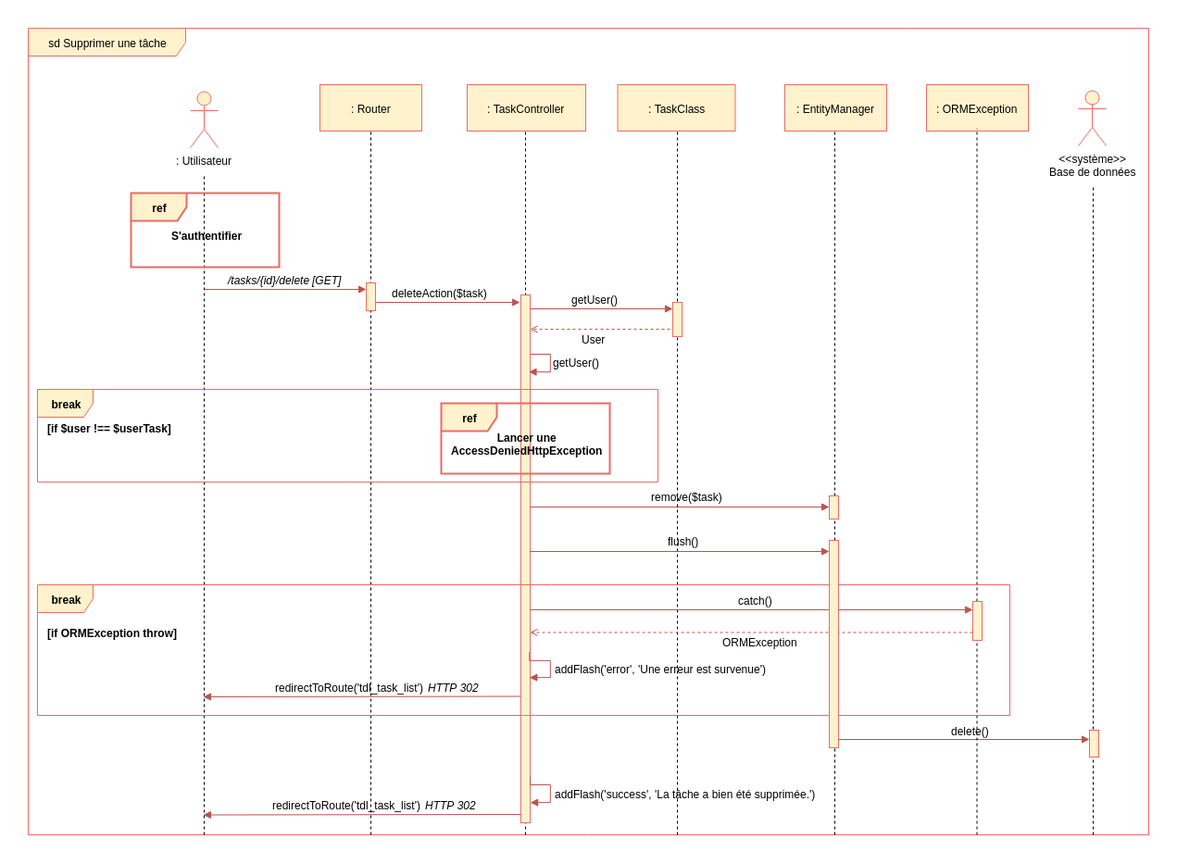
Above: Diagrammes/Supprimer_tache.png in Thibok/TodoList (draw.io), before the change. Source tidied: cells renumbered, new cells last; positions are measured from the earlier drawing's top-left corner, leaving out a move shared by most shapes.
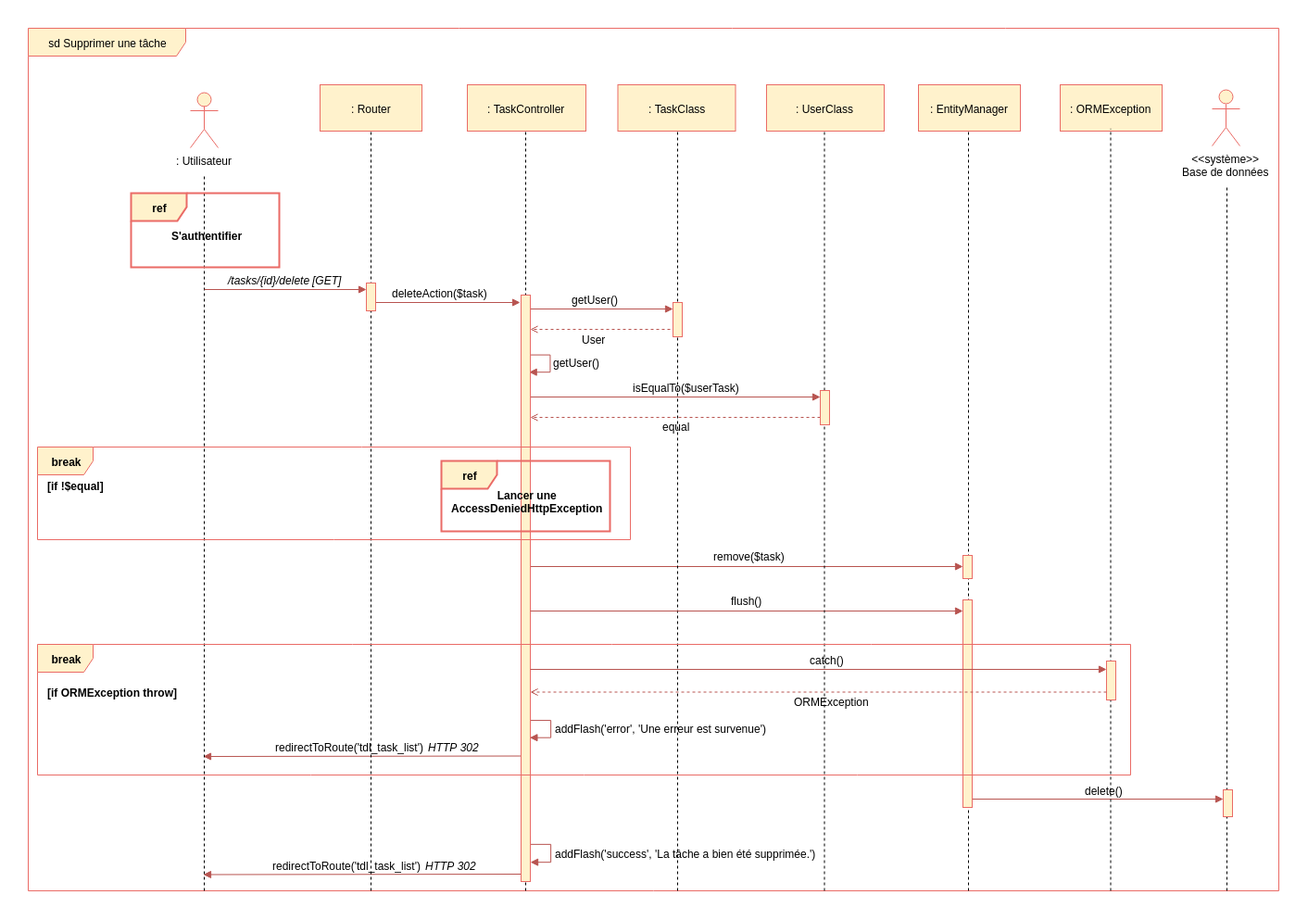
Above is the later version.

The edit, as a diff of the source:
```diff
@@ -3,24 +3,52 @@
     <mxCell id="0" />
     <mxCell id="1" parent="0" />
     <mxCell id="2" value="sd Supprimer une tâche" style="shape=umlFrame;whiteSpace=wrap;html=1;width=170;height=30;fillColor=#fff2cc;strokeColor=#EA6B66;" parent="1" vertex="1">
-      <mxGeometry width="1210" height="871" as="geometry" />
+      <mxGeometry width="1350" height="931" as="geometry" />
     </mxCell>
+    <mxCell id="55" style="endArrow=block;html=1;endFill=1;fillColor=#f8cecc;strokeColor=#b85450;edgeStyle=orthogonalEdgeStyle;rounded=0;entryX=0.91;entryY=0.18;entryDx=0;entryDy=0;entryPerimeter=0;" parent="1" edge="1">
+      <mxGeometry relative="1" as="geometry">
+        <mxPoint x="542" y="872" as="sourcePoint" />
+        <mxPoint x="542" y="900" as="targetPoint" />
+        <Array as="points">
+          <mxPoint x="542" y="880.9" />
+          <mxPoint x="564" y="880.9" />
+          <mxPoint x="564" y="899.9" />
+        </Array>
+      </mxGeometry>
+    </mxCell>
+    <mxCell id="50" style="endArrow=block;html=1;endFill=1;fillColor=#f8cecc;strokeColor=#b85450;edgeStyle=orthogonalEdgeStyle;rounded=0;entryX=0.91;entryY=0.18;entryDx=0;entryDy=0;entryPerimeter=0;" parent="1" edge="1">
+      <mxGeometry relative="1" as="geometry">
+        <mxPoint x="541.5" y="737.5" as="sourcePoint" />
+        <mxPoint x="541.5" y="765.5" as="targetPoint" />
+        <Array as="points">
+          <mxPoint x="542" y="746.9" />
+          <mxPoint x="564" y="746.9" />
+          <mxPoint x="564" y="765.9" />
+        </Array>
+      </mxGeometry>
+    </mxCell>
+    <mxCell id="63" style="endArrow=block;html=1;endFill=1;fillColor=#f8cecc;strokeColor=#b85450;" parent="1" edge="1">
+      <mxGeometry relative="1" as="geometry">
+        <mxPoint x="540" y="398" as="sourcePoint" />
+        <mxPoint x="855" y="398" as="targetPoint" />
+      </mxGeometry>
+    </mxCell>
     <mxCell id="3" style="endArrow=block;html=1;endFill=1;fillColor=#f8cecc;strokeColor=#b85450;" parent="1" edge="1">
       <mxGeometry relative="1" as="geometry">
-        <mxPoint x="534" y="849" as="sourcePoint" />
-        <mxPoint x="189" y="849.5" as="targetPoint" />
+        <mxPoint x="534" y="913" as="sourcePoint" />
+        <mxPoint x="189" y="913.5" as="targetPoint" />
       </mxGeometry>
     </mxCell>
     <mxCell id="4" style="endArrow=block;html=1;endFill=1;fillColor=#f8cecc;strokeColor=#b85450;" parent="1" edge="1">
       <mxGeometry relative="1" as="geometry">
-        <mxPoint x="874" y="768" as="sourcePoint" />
-        <mxPoint x="1146" y="768" as="targetPoint" />
+        <mxPoint x="1018" y="832" as="sourcePoint" />
+        <mxPoint x="1290" y="832" as="targetPoint" />
       </mxGeometry>
     </mxCell>
     <mxCell id="5" style="endArrow=block;html=1;endFill=1;fillColor=#f8cecc;strokeColor=#b85450;" parent="1" edge="1">
       <mxGeometry relative="1" as="geometry">
-        <mxPoint x="534" y="721.5" as="sourcePoint" />
-        <mxPoint x="189" y="722" as="targetPoint" />
+        <mxPoint x="534" y="785.5" as="sourcePoint" />
+        <mxPoint x="189" y="786" as="targetPoint" />
       </mxGeometry>
     </mxCell>
     <mxCell id="6" style="endArrow=block;html=1;endFill=1;fillColor=#f8cecc;strokeColor=#b85450;edgeStyle=orthogonalEdgeStyle;rounded=0;entryX=0.91;entryY=0.18;entryDx=0;entryDy=0;entryPerimeter=0;" parent="1" edge="1">
@@ -48,28 +76,28 @@
     </mxCell>
     <mxCell id="9" style="endArrow=none;dashed=1;html=1;entryX=0.5;entryY=1;" parent="1" edge="1">
       <mxGeometry relative="1" as="geometry">
-        <mxPoint x="871" y="871" as="sourcePoint" />
-        <mxPoint x="871" y="101.8" as="targetPoint" />
+        <mxPoint x="1015" y="931" as="sourcePoint" />
+        <mxPoint x="1015" y="101.8" as="targetPoint" />
       </mxGeometry>
     </mxCell>
     <mxCell id="10" style="endArrow=none;dashed=1;html=1;entryX=0.5;entryY=1;exitX=0.276;exitY=1.003;exitPerimeter=0;" parent="1" edge="1">
       <mxGeometry relative="1" as="geometry">
-        <mxPoint x="537" y="871" as="sourcePoint" />
+        <mxPoint x="537" y="931" as="sourcePoint" />
         <mxPoint x="537" y="104" as="targetPoint" />
       </mxGeometry>
     </mxCell>
     <mxCell id="11" style="endArrow=block;html=1;endFill=1;fillColor=#f8cecc;strokeColor=#b85450;" parent="1" edge="1">
       <mxGeometry relative="1" as="geometry">
-        <mxPoint x="542" y="517" as="sourcePoint" />
-        <mxPoint x="865" y="517" as="targetPoint" />
+        <mxPoint x="542" y="581" as="sourcePoint" />
+        <mxPoint x="1009" y="581" as="targetPoint" />
       </mxGeometry>
     </mxCell>
     <mxCell id="12" style="html=1;perimeter=orthogonalPerimeter;fillColor=#fff2cc;strokeColor=#EA6B66;" parent="1" vertex="1">
-      <mxGeometry x="532" y="288" width="10" height="570" as="geometry" />
+      <mxGeometry x="532" y="288" width="10" height="633" as="geometry" />
     </mxCell>
     <mxCell id="13" style="endArrow=none;dashed=1;html=1;entryX=0.5;entryY=1;" parent="1" edge="1">
       <mxGeometry relative="1" as="geometry">
-        <mxPoint x="701" y="871" as="sourcePoint" />
+        <mxPoint x="701" y="931" as="sourcePoint" />
         <mxPoint x="701" y="104.8" as="targetPoint" />
       </mxGeometry>
     </mxCell>
@@ -77,17 +105,17 @@
       <mxGeometry x="175" y="69" width="30" height="60" as="geometry" />
     </mxCell>
     <mxCell id="15" value="&amp;lt;&amp;lt;système&amp;gt;&amp;gt;&lt;br&gt;Base de données&lt;br&gt;" style="shape=umlActor;verticalLabelPosition=bottom;labelBackgroundColor=#ffffff;verticalAlign=top;html=1;fillColor=#fff2cc;strokeColor=#EA6B66;" parent="1" vertex="1">
-      <mxGeometry x="1134" y="67" width="30" height="60" as="geometry" />
+      <mxGeometry x="1278" y="67" width="30" height="60" as="geometry" />
     </mxCell>
     <mxCell id="16" style="endArrow=none;dashed=1;html=1;" parent="1" edge="1">
       <mxGeometry relative="1" as="geometry">
-        <mxPoint x="190" y="871" as="sourcePoint" />
+        <mxPoint x="190" y="931" as="sourcePoint" />
         <mxPoint x="190" y="158" as="targetPoint" />
       </mxGeometry>
     </mxCell>
     <mxCell id="17" style="endArrow=none;dashed=1;html=1;entryX=0.5;entryY=1;" parent="1" edge="1">
       <mxGeometry relative="1" as="geometry">
-        <mxPoint x="370" y="871" as="sourcePoint" />
+        <mxPoint x="370" y="931" as="sourcePoint" />
         <mxPoint x="370" y="103.8" as="targetPoint" />
       </mxGeometry>
     </mxCell>
@@ -117,8 +145,8 @@
     </mxCell>
     <mxCell id="24" style="endArrow=none;dashed=1;html=1;" parent="1" edge="1">
       <mxGeometry relative="1" as="geometry">
-        <mxPoint x="1150" y="871" as="sourcePoint" />
-        <mxPoint x="1150" y="169" as="targetPoint" />
+        <mxPoint x="1294" y="931" as="sourcePoint" />
+        <mxPoint x="1294" y="169" as="targetPoint" />
       </mxGeometry>
     </mxCell>
     <mxCell id="25" value="ref" style="shape=umlFrame;whiteSpace=wrap;html=1;fillColor=#fff2cc;strokeColor=#EA6B66;strokeWidth=2;fontStyle=1;" parent="1" vertex="1">
@@ -131,16 +159,16 @@
       <mxGeometry x="305" y="263" width="50" height="10" as="geometry" />
     </mxCell>
     <mxCell id="28" value=": EntityManager" style="html=1;fillColor=#fff2cc;strokeColor=#EA6B66;" parent="1" vertex="1">
-      <mxGeometry x="817" y="61" width="110" height="50" as="geometry" />
+      <mxGeometry x="961" y="61" width="110" height="50" as="geometry" />
     </mxCell>
     <mxCell id="29" value=": Router" style="html=1;fillColor=#fff2cc;strokeColor=#EA6B66;" parent="1" vertex="1">
       <mxGeometry x="315" y="61" width="110" height="50" as="geometry" />
     </mxCell>
     <mxCell id="30" value="remove($task)" style="text;html=1;align=left;verticalAlign=top;spacingTop=-4;" parent="1" vertex="1">
-      <mxGeometry x="671" y="497" width="90" height="10" as="geometry" />
+      <mxGeometry x="738" y="561" width="90" height="10" as="geometry" />
     </mxCell>
     <mxCell id="31" style="html=1;perimeter=orthogonalPerimeter;fillColor=#fff2cc;strokeColor=#EA6B66;" parent="1" vertex="1">
-      <mxGeometry x="865" y="505" width="10" height="25" as="geometry" />
+      <mxGeometry x="1009" y="569" width="10" height="25" as="geometry" />
     </mxCell>
     <mxCell id="32" value=": TaskController" style="html=1;fillColor=#fff2cc;strokeColor=#EA6B66;" parent="1" vertex="1">
       <mxGeometry x="474" y="61" width="128" height="50" as="geometry" />
@@ -152,10 +180,10 @@
       <mxGeometry x="585" y="284" width="70" height="10" as="geometry" />
     </mxCell>
     <mxCell id="35" style="html=1;perimeter=orthogonalPerimeter;fillColor=#fff2cc;strokeColor=#EA6B66;" parent="1" vertex="1">
-      <mxGeometry x="1146" y="758" width="10" height="29" as="geometry" />
+      <mxGeometry x="1290" y="822" width="10" height="29" as="geometry" />
     </mxCell>
     <mxCell id="36" value="[if ORMException throw]" style="text;html=1;align=left;verticalAlign=top;spacingTop=-4;fontStyle=1;" parent="1" vertex="1">
-      <mxGeometry x="19" y="643.5" width="140" height="10" as="geometry" />
+      <mxGeometry x="19" y="707.5" width="140" height="10" as="geometry" />
     </mxCell>
     <mxCell id="37" value="User" style="text;html=1;align=left;verticalAlign=top;spacingTop=-4;" parent="1" vertex="1">
       <mxGeometry x="596" y="327" width="40" height="10" as="geometry" />
@@ -163,105 +191,107 @@
     <mxCell id="38" value="getUser()" style="text;html=1;align=left;verticalAlign=top;spacingTop=-4;" parent="1" vertex="1">
       <mxGeometry x="565" y="352" width="70" height="10" as="geometry" />
     </mxCell>
-    <mxCell id="39" value="[if $user !== $userTask]" style="text;html=1;align=left;verticalAlign=top;spacingTop=-4;fontStyle=1;" parent="1" vertex="1">
-      <mxGeometry x="19" y="423" width="140" height="10" as="geometry" />
+    <mxCell id="39" value="[if !$equal]" style="text;html=1;align=left;verticalAlign=top;spacingTop=-4;fontStyle=1;" parent="1" vertex="1">
+      <mxGeometry x="19" y="485" width="70" height="10" as="geometry" />
     </mxCell>
     <mxCell id="40" value="delete()" style="text;html=1;align=left;verticalAlign=top;spacingTop=-4;" parent="1" vertex="1">
-      <mxGeometry x="995" y="750" width="60" height="10" as="geometry" />
+      <mxGeometry x="1139" y="814" width="60" height="10" as="geometry" />
     </mxCell>
     <mxCell id="41" value="ref" style="shape=umlFrame;whiteSpace=wrap;html=1;fillColor=#fff2cc;strokeColor=#EA6B66;strokeWidth=2;fontStyle=1;" parent="1" vertex="1">
-      <mxGeometry x="446" y="405" width="182" height="76" as="geometry" />
+      <mxGeometry x="446" y="467" width="182" height="76" as="geometry" />
     </mxCell>
     <mxCell id="42" value="Lancer une&lt;br&gt;&lt;span&gt;AccessDeniedHttpException&lt;/span&gt;&lt;br&gt;" style="text;html=1;align=center;verticalAlign=top;spacingTop=-4;fontStyle=1;" parent="1" vertex="1">
-      <mxGeometry x="454" y="433" width="170" height="30" as="geometry" />
+      <mxGeometry x="454" y="495" width="170" height="30" as="geometry" />
     </mxCell>
     <mxCell id="43" value=": ORMException" style="html=1;fillColor=#fff2cc;strokeColor=#EA6B66;" parent="1" vertex="1">
-      <mxGeometry x="970" y="61" width="110" height="50" as="geometry" />
+      <mxGeometry x="1114" y="61" width="110" height="50" as="geometry" />
     </mxCell>
     <mxCell id="44" style="endArrow=none;dashed=1;html=1;entryX=0.5;entryY=1;" parent="1" edge="1">
       <mxGeometry relative="1" as="geometry">
-        <mxPoint x="1024.5" y="871" as="sourcePoint" />
-        <mxPoint x="1024.5" y="108.3" as="targetPoint" />
+        <mxPoint x="1168.5" y="931" as="sourcePoint" />
+        <mxPoint x="1168.5" y="108.3" as="targetPoint" />
       </mxGeometry>
     </mxCell>
     <mxCell id="45" style="html=1;perimeter=orthogonalPerimeter;fillColor=#fff2cc;strokeColor=#EA6B66;" parent="1" vertex="1">
-      <mxGeometry x="1020" y="619" width="10" height="42" as="geometry" />
+      <mxGeometry x="1164" y="683" width="10" height="42" as="geometry" />
     </mxCell>
-    <mxCell id="46" style="endArrow=block;html=1;endFill=1;fillColor=#f8cecc;strokeColor=#b85450;" parent="1" edge="1">
-      <mxGeometry relative="1" as="geometry">
-        <mxPoint x="542" y="628" as="sourcePoint" />
-        <mxPoint x="1020" y="628" as="targetPoint" />
-      </mxGeometry>
-    </mxCell>
     <mxCell id="47" value="catch()" style="text;html=1;align=left;verticalAlign=top;spacingTop=-4;" parent="1" vertex="1">
-      <mxGeometry x="764.5" y="609" width="50" height="10" as="geometry" />
+      <mxGeometry x="841.5" y="673" width="50" height="10" as="geometry" />
     </mxCell>
-    <mxCell id="48" style="endArrow=open;html=1;endFill=0;fillColor=#f8cecc;strokeColor=#b85450;dashed=1;exitX=-0.071;exitY=0.702;exitPerimeter=0;" parent="1" edge="1">
-      <mxGeometry relative="1" as="geometry">
-        <mxPoint x="1020" y="652.5" as="sourcePoint" />
-        <mxPoint x="542" y="652.5" as="targetPoint" />
-      </mxGeometry>
-    </mxCell>
     <mxCell id="49" value="ORMException" style="text;html=1;align=left;verticalAlign=top;spacingTop=-4;" parent="1" vertex="1">
-      <mxGeometry x="748" y="653.5" width="100" height="10" as="geometry" />
+      <mxGeometry x="825" y="717.5" width="100" height="10" as="geometry" />
     </mxCell>
-    <mxCell id="50" style="endArrow=block;html=1;endFill=1;fillColor=#f8cecc;strokeColor=#b85450;edgeStyle=orthogonalEdgeStyle;rounded=0;entryX=0.91;entryY=0.18;entryDx=0;entryDy=0;entryPerimeter=0;" parent="1" edge="1">
-      <mxGeometry relative="1" as="geometry">
-        <mxPoint x="541.5" y="673.5" as="sourcePoint" />
-        <mxPoint x="541.5" y="701.5" as="targetPoint" />
-        <Array as="points">
-          <mxPoint x="542" y="682.9" />
-          <mxPoint x="564" y="682.9" />
-          <mxPoint x="564" y="701.9" />
-        </Array>
-      </mxGeometry>
-    </mxCell>
     <mxCell id="51" value="addFlash('error', 'Une erreur est survenue')" style="text;html=1;align=left;verticalAlign=top;spacingTop=-4;" parent="1" vertex="1">
-      <mxGeometry x="567" y="683" width="240" height="10" as="geometry" />
+      <mxGeometry x="567" y="747" width="240" height="10" as="geometry" />
     </mxCell>
     <mxCell id="52" value="redirectToRoute('tdl_task_list')" style="text;html=1;align=left;verticalAlign=top;spacingTop=-4;" parent="1" vertex="1">
-      <mxGeometry x="265" y="703" width="180" height="10" as="geometry" />
+      <mxGeometry x="265" y="767" width="180" height="10" as="geometry" />
     </mxCell>
     <mxCell id="53" value="HTTP 302" style="text;html=1;align=left;verticalAlign=top;spacingTop=-4;fontStyle=2;" parent="1" vertex="1">
-      <mxGeometry x="430" y="703" width="70" height="10" as="geometry" />
+      <mxGeometry x="430" y="767" width="70" height="10" as="geometry" />
     </mxCell>
     <mxCell id="54" value="addFlash('success', 'La tâche a bien été supprimée.')" style="text;html=1;align=left;verticalAlign=top;spacingTop=-4;" parent="1" vertex="1">
-      <mxGeometry x="567" y="818" width="300" height="10" as="geometry" />
+      <mxGeometry x="567" y="882" width="300" height="10" as="geometry" />
     </mxCell>
-    <mxCell id="55" style="endArrow=block;html=1;endFill=1;fillColor=#f8cecc;strokeColor=#b85450;edgeStyle=orthogonalEdgeStyle;rounded=0;entryX=0.91;entryY=0.18;entryDx=0;entryDy=0;entryPerimeter=0;" parent="1" edge="1">
-      <mxGeometry relative="1" as="geometry">
-        <mxPoint x="542" y="808" as="sourcePoint" />
-        <mxPoint x="542" y="836" as="targetPoint" />
-        <Array as="points">
-          <mxPoint x="542" y="816.9" />
-          <mxPoint x="564" y="816.9" />
-          <mxPoint x="564" y="835.9" />
-        </Array>
-      </mxGeometry>
-    </mxCell>
     <mxCell id="56" value="redirectToRoute('tdl_task_list')" style="text;html=1;align=left;verticalAlign=top;spacingTop=-4;" parent="1" vertex="1">
-      <mxGeometry x="262" y="830.5" width="180" height="10" as="geometry" />
+      <mxGeometry x="262" y="894.5" width="180" height="10" as="geometry" />
     </mxCell>
     <mxCell id="57" value="HTTP 302" style="text;html=1;align=left;verticalAlign=top;spacingTop=-4;fontStyle=2;" parent="1" vertex="1">
-      <mxGeometry x="427" y="830.5" width="70" height="10" as="geometry" />
+      <mxGeometry x="427" y="894.5" width="70" height="10" as="geometry" />
     </mxCell>
-    <mxCell id="58" value="break" style="shape=umlFrame;whiteSpace=wrap;html=1;fontColor=#000000;fillColor=#fff2cc;strokeColor=#EA6B66;fontStyle=1;" parent="1" vertex="1">
-      <mxGeometry x="10" y="390" width="670" height="100" as="geometry" />
-    </mxCell>
-    <mxCell id="59" value="break" style="shape=umlFrame;whiteSpace=wrap;html=1;fontColor=#000000;fillColor=#fff2cc;strokeColor=#EA6B66;fontStyle=1;" parent="1" vertex="1">
-      <mxGeometry x="10" y="601" width="1050" height="141" as="geometry" />
-    </mxCell>
     <mxCell id="60" style="endArrow=block;html=1;endFill=1;fillColor=#f8cecc;strokeColor=#b85450;" parent="1" edge="1">
       <mxGeometry relative="1" as="geometry">
-        <mxPoint x="542" y="565" as="sourcePoint" />
-        <mxPoint x="865" y="565" as="targetPoint" />
+        <mxPoint x="542" y="629" as="sourcePoint" />
+        <mxPoint x="1009" y="629" as="targetPoint" />
       </mxGeometry>
     </mxCell>
     <mxCell id="61" value="flush()" style="text;html=1;align=left;verticalAlign=top;spacingTop=-4;" parent="1" vertex="1">
-      <mxGeometry x="689" y="545" width="50" height="10" as="geometry" />
+      <mxGeometry x="757" y="609" width="50" height="10" as="geometry" />
     </mxCell>
     <mxCell id="62" style="html=1;perimeter=orthogonalPerimeter;fillColor=#fff2cc;strokeColor=#EA6B66;" parent="1" vertex="1">
-      <mxGeometry x="865" y="553" width="10" height="224" as="geometry" />
+      <mxGeometry x="1009" y="617" width="10" height="224" as="geometry" />
     </mxCell>
+    <mxCell id="64" value=": UserClass" style="html=1;fillColor=#fff2cc;strokeColor=#EA6B66;" parent="1" vertex="1">
+      <mxGeometry x="797" y="61" width="127" height="50" as="geometry" />
+    </mxCell>
+    <mxCell id="65" style="endArrow=none;dashed=1;html=1;entryX=0.5;entryY=1;" parent="1" edge="1">
+      <mxGeometry relative="1" as="geometry">
+        <mxPoint x="859.5" y="931" as="sourcePoint" />
+        <mxPoint x="859.5" y="111.8" as="targetPoint" />
+      </mxGeometry>
+    </mxCell>
+    <mxCell id="66" style="endArrow=open;html=1;endFill=0;fillColor=#f8cecc;strokeColor=#b85450;dashed=1;exitX=-0.071;exitY=0.702;exitPerimeter=0;" parent="1" edge="1">
+      <mxGeometry relative="1" as="geometry">
+        <mxPoint x="855" y="420" as="sourcePoint" />
+        <mxPoint x="542" y="420" as="targetPoint" />
+      </mxGeometry>
+    </mxCell>
+    <mxCell id="67" style="html=1;perimeter=orthogonalPerimeter;fillColor=#fff2cc;strokeColor=#EA6B66;" parent="1" vertex="1">
+      <mxGeometry x="855" y="391" width="10" height="37" as="geometry" />
+    </mxCell>
+    <mxCell id="68" value="isEqualTo($userTask)" style="text;html=1;align=left;verticalAlign=top;spacingTop=-4;" parent="1" vertex="1">
+      <mxGeometry x="651" y="379" width="130" height="10" as="geometry" />
+    </mxCell>
+    <mxCell id="69" value="equal" style="text;html=1;align=left;verticalAlign=top;spacingTop=-4;" parent="1" vertex="1">
+      <mxGeometry x="683" y="421" width="40" height="10" as="geometry" />
+    </mxCell>
+    <mxCell id="58" value="break" style="shape=umlFrame;whiteSpace=wrap;html=1;fontColor=#000000;fillColor=#fff2cc;strokeColor=#EA6B66;fontStyle=1;" parent="1" vertex="1">
+      <mxGeometry x="10" y="452" width="640" height="100" as="geometry" />
+    </mxCell>
+    <mxCell id="46" style="endArrow=block;html=1;endFill=1;fillColor=#f8cecc;strokeColor=#b85450;" parent="1" edge="1">
+      <mxGeometry relative="1" as="geometry">
+        <mxPoint x="542" y="692" as="sourcePoint" />
+        <mxPoint x="1164" y="692" as="targetPoint" />
+      </mxGeometry>
+    </mxCell>
+    <mxCell id="48" style="endArrow=open;html=1;endFill=0;fillColor=#f8cecc;strokeColor=#b85450;dashed=1;exitX=-0.071;exitY=0.702;exitPerimeter=0;" parent="1" edge="1">
+      <mxGeometry relative="1" as="geometry">
+        <mxPoint x="1164" y="716.5" as="sourcePoint" />
+        <mxPoint x="542" y="716.5" as="targetPoint" />
+      </mxGeometry>
+    </mxCell>
+    <mxCell id="59" value="break" style="shape=umlFrame;whiteSpace=wrap;html=1;fontColor=#000000;fillColor=#fff2cc;strokeColor=#EA6B66;fontStyle=1;" parent="1" vertex="1">
+      <mxGeometry x="10" y="665" width="1180" height="141" as="geometry" />
+    </mxCell>
   </root>
 </mxGraphModel>
```
